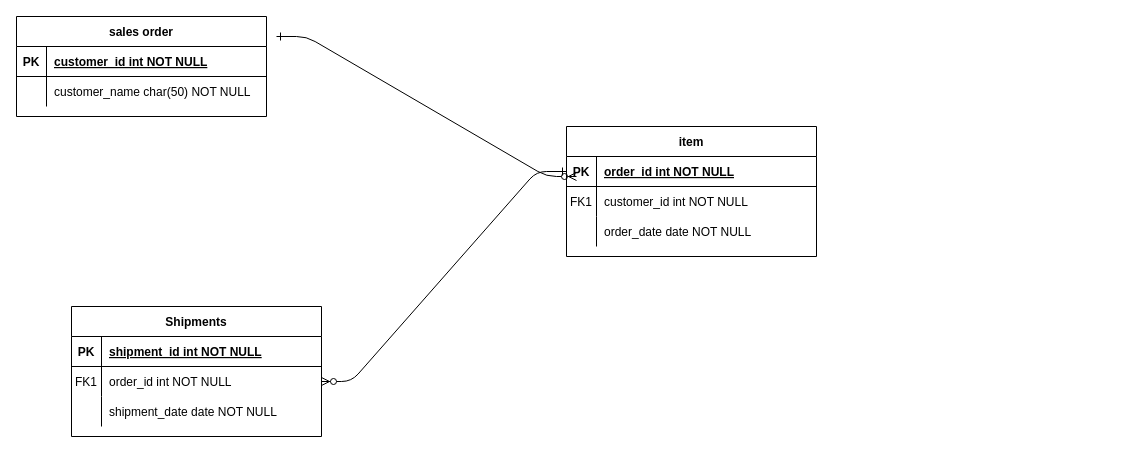
seunghoonkim1/Database keeps this draw.io diagram as peach_erp.drawio. Above is the earlier version. Source tidied: cells renumbered, new cells numbered last; positions are measured from the earlier drawing's top-left corner, leaving out a move shared by most shapes. Both pictures are drawn from the tidied source at 100%, with x=0, y=0 at pixel (16, 16).
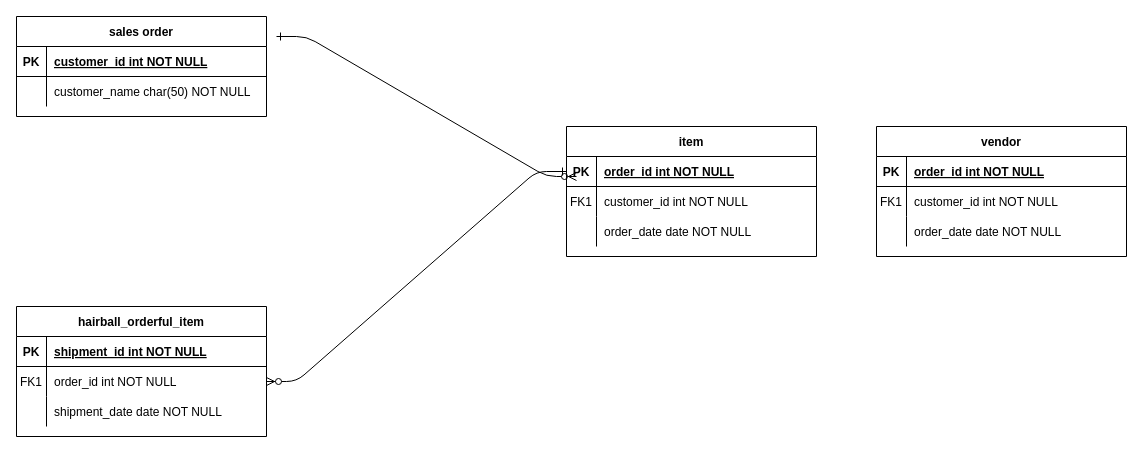
Above is the later version.

What changed in the source:
```diff
@@
-    <mxCell id="14" value="Shipments" style="shape=table;startSize=30;childLayout=tableLayout;rowLines=0;fontStyle=1;align=center;" parent="1" vertex="1">
-      <mxGeometry x="55" y="290" width="250" height="130" as="geometry" />
+    <mxCell id="14" value="hairball_orderful_item" style="shape=table;startSize=30;childLayout=tableLayout;rowLines=0;fontStyle=1;align=center;" parent="1" vertex="1">
+      <mxGeometry y="290" width="250" height="130" as="geometry" />
     </mxCell>
@@
+    <mxCell id="31" value="vendor" style="shape=table;startSize=30;childLayout=tableLayout;rowLines=0;fontStyle=1;align=center;" parent="1" vertex="1">
+      <mxGeometry x="860" y="110" width="250" height="130" as="geometry" />
+    </mxCell>
+    <mxCell id="32" style="shape=partialRectangle;fillColor=none;top=0;left=0;right=0;bottom=1;" parent="31" vertex="1">
+      <mxGeometry y="30" width="250" height="30" as="geometry" />
+    </mxCell>
+    <mxCell id="33" value="PK" style="shape=partialRectangle;overflow=hidden;fillColor=none;top=0;left=0;bottom=0;right=0;fontStyle=1;" parent="32" vertex="1">
+      <mxGeometry width="30" height="30" as="geometry" />
+    </mxCell>
+    <mxCell id="34" value="order_id int NOT NULL " style="shape=partialRectangle;overflow=hidden;fillColor=none;top=0;left=0;bottom=0;right=0;align=left;spacingLeft=6;fontStyle=5;" parent="32" vertex="1">
+      <mxGeometry x="30" width="220" height="30" as="geometry" />
+    </mxCell>
+    <mxCell id="35" style="shape=partialRectangle;fillColor=none;top=0;left=0;right=0;bottom=0;" parent="31" vertex="1">
+      <mxGeometry y="60" width="250" height="30" as="geometry" />
+    </mxCell>
+    <mxCell id="36" value="FK1" style="shape=partialRectangle;overflow=hidden;fillColor=none;top=0;left=0;bottom=0;right=0;" parent="35" vertex="1">
+      <mxGeometry width="30" height="30" as="geometry" />
+    </mxCell>
+    <mxCell id="37" value="customer_id int NOT NULL" style="shape=partialRectangle;overflow=hidden;fillColor=none;top=0;left=0;bottom=0;right=0;align=left;spacingLeft=6;" parent="35" vertex="1">
+      <mxGeometry x="30" width="220" height="30" as="geometry" />
+    </mxCell>
+    <mxCell id="38" style="shape=partialRectangle;fillColor=none;top=0;left=0;right=0;bottom=0;" parent="31" vertex="1">
+      <mxGeometry y="90" width="250" height="30" as="geometry" />
+    </mxCell>
+    <mxCell id="39" style="shape=partialRectangle;overflow=hidden;fillColor=none;top=0;left=0;bottom=0;right=0;" parent="38" vertex="1">
+      <mxGeometry width="30" height="30" as="geometry" />
+    </mxCell>
+    <mxCell id="40" value="order_date date NOT NULL" style="shape=partialRectangle;overflow=hidden;fillColor=none;top=0;left=0;bottom=0;right=0;align=left;spacingLeft=6;" parent="38" vertex="1">
+      <mxGeometry x="30" width="220" height="30" as="geometry" />
+    </mxCell>
```
